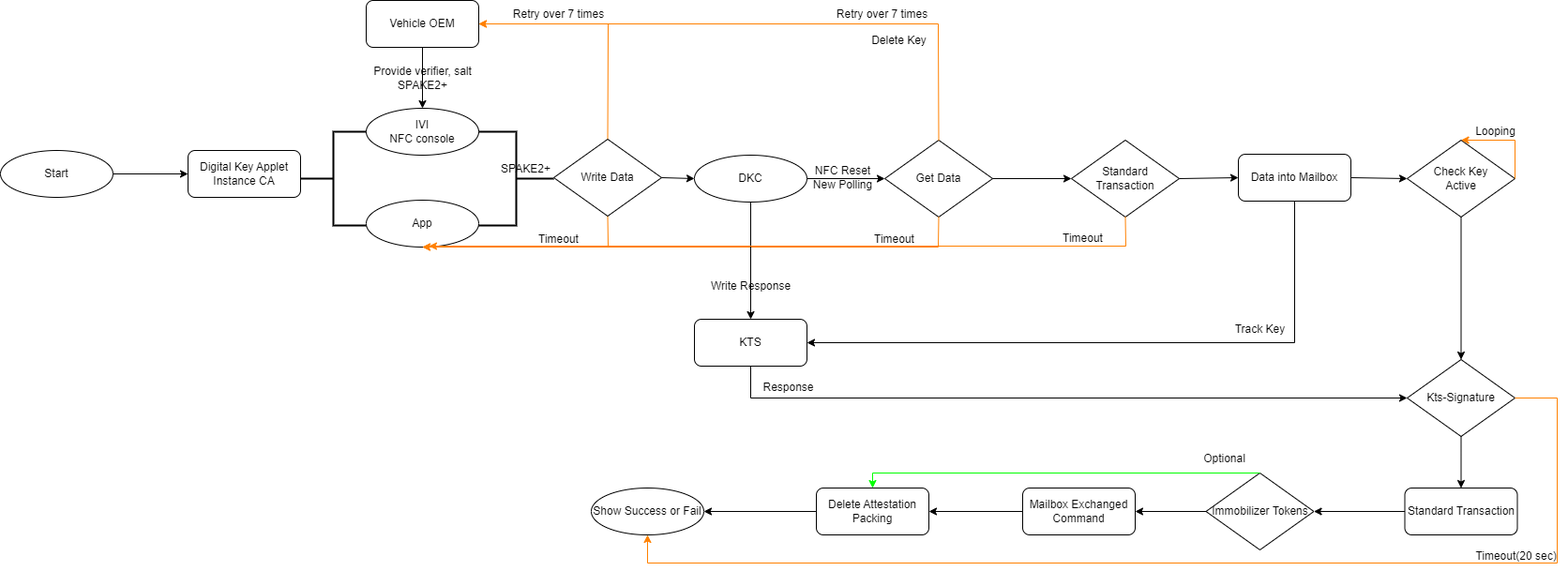
Earlier version of the draw.io export Present_OwnerParing.drawio.png (LaurenHsu31/DKC). Source tidied: cells renumbered, new cells last; positions are measured from the earlier drawing's top-left corner, leaving out a move shared by most shapes. Its diagram source:
```xml
<mxGraphModel background="#ffffff">
  <root>
    <mxCell id="0" />
    <mxCell id="1" parent="0" />
    <mxCell id="2" value="Start" style="ellipse;whiteSpace=wrap;html=1;" parent="1" vertex="1">
      <mxGeometry y="160" width="120" height="50" as="geometry" />
    </mxCell>
    <mxCell id="3" value="Digital Key Applet&lt;div&gt;Instance CA&lt;/div&gt;" style="rounded=1;whiteSpace=wrap;html=1;" parent="1" vertex="1">
      <mxGeometry x="200" y="160" width="120" height="50" as="geometry" />
    </mxCell>
    <mxCell id="4" style="endArrow=classic;html=1;rounded=0;exitX=1;exitY=0.5;exitDx=0;exitDy=0;entryX=0;entryY=0.5;entryDx=0;entryDy=0;" parent="1" edge="1" source="2" target="3">
      <mxGeometry relative="1" as="geometry" />
    </mxCell>
    <mxCell id="5" value="IVI&lt;div&gt;NFC console&lt;/div&gt;" style="ellipse;whiteSpace=wrap;html=1;" parent="1" vertex="1">
      <mxGeometry x="390" y="115" width="120" height="50" as="geometry" />
    </mxCell>
    <mxCell id="6" value="SPAKE2+" style="text;html=1;align=center;verticalAlign=middle;strokeColor=none;fillColor=none;" parent="1" vertex="1">
      <mxGeometry x="520" y="165" width="80" height="30" as="geometry" />
    </mxCell>
    <mxCell id="7" value="App" style="ellipse;whiteSpace=wrap;html=1;" parent="1" vertex="1">
      <mxGeometry x="390" y="213" width="120" height="50" as="geometry" />
    </mxCell>
    <mxCell id="8" style="strokeWidth=2;html=1;shape=mxgraph.flowchart.annotation_2;align=left;labelPosition=right;" parent="1" vertex="1">
      <mxGeometry x="320" y="140" width="70" height="100" as="geometry" />
    </mxCell>
    <mxCell id="9" style="strokeWidth=2;html=1;shape=mxgraph.flowchart.annotation_2;align=left;labelPosition=right;rotation=-180;" parent="1" vertex="1">
      <mxGeometry x="510" y="140" width="80" height="100" as="geometry" />
    </mxCell>
    <mxCell id="10" style="endArrow=classic;html=1;rounded=0;exitX=0.5;exitY=1;exitDx=0;exitDy=0;entryX=0.5;entryY=1;entryDx=0;entryDy=0;strokeColor=#FF8000;" parent="1" edge="1" source="17" target="7">
      <mxGeometry relative="1" as="geometry">
        <Array as="points">
          <mxPoint x="648" y="263" />
        </Array>
      </mxGeometry>
    </mxCell>
    <mxCell id="11" value="Timeout" style="text;html=1;align=center;verticalAlign=middle;strokeColor=none;fillColor=none;" parent="1" vertex="1">
      <mxGeometry x="560" y="240" width="70" height="30" as="geometry" />
    </mxCell>
    <mxCell id="12" value="Vehicle OEM" style="rounded=1;whiteSpace=wrap;html=1;" parent="1" vertex="1">
      <mxGeometry x="390" width="120" height="50" as="geometry" />
    </mxCell>
    <mxCell id="13" style="endArrow=classic;html=1;rounded=0;exitX=0.5;exitY=1;exitDx=0;exitDy=0;entryX=0.5;entryY=0;entryDx=0;entryDy=0;" parent="1" edge="1" source="12" target="5">
      <mxGeometry relative="1" as="geometry" />
    </mxCell>
    <mxCell id="14" value="Provide verifier, salt&lt;div&gt;SPAKE2+&lt;/div&gt;" style="text;html=1;align=center;verticalAlign=middle;strokeColor=none;fillColor=none;" parent="1" vertex="1">
      <mxGeometry x="385" y="63" width="130" height="40" as="geometry" />
    </mxCell>
    <mxCell id="15" style="endArrow=classic;html=1;rounded=0;exitX=0.5;exitY=0;exitDx=0;exitDy=0;entryX=1;entryY=0.5;entryDx=0;entryDy=0;strokeColor=#FF8000;" parent="1" edge="1" source="17" target="12">
      <mxGeometry relative="1" as="geometry">
        <Array as="points">
          <mxPoint x="648" y="25" />
        </Array>
      </mxGeometry>
    </mxCell>
    <mxCell id="16" value="Retry over 7 times" style="text;html=1;align=center;verticalAlign=middle;strokeColor=none;fillColor=none;" parent="1" vertex="1">
      <mxGeometry x="535" width="120" height="30" as="geometry" />
    </mxCell>
    <mxCell id="17" value="Write Data" style="rhombus;whiteSpace=wrap;html=1;" parent="1" vertex="1">
      <mxGeometry x="590" y="148" width="115" height="82" as="geometry" />
    </mxCell>
    <mxCell id="18" value="DKC" style="ellipse;whiteSpace=wrap;html=1;" parent="1" vertex="1">
      <mxGeometry x="740" y="165" width="120" height="50" as="geometry" />
    </mxCell>
    <mxCell id="19" style="endArrow=classic;html=1;rounded=0;exitX=1;exitY=0.5;exitDx=0;exitDy=0;entryX=0;entryY=0.5;entryDx=0;entryDy=0;" parent="1" edge="1" source="17" target="18">
      <mxGeometry relative="1" as="geometry" />
    </mxCell>
    <mxCell id="20" value="Get Data" style="rhombus;whiteSpace=wrap;html=1;" parent="1" vertex="1">
      <mxGeometry x="943" y="149" width="115" height="82" as="geometry" />
    </mxCell>
    <mxCell id="21" style="endArrow=classic;html=1;rounded=0;entryX=0;entryY=0.5;entryDx=0;entryDy=0;exitX=1;exitY=0.5;exitDx=0;exitDy=0;" parent="1" edge="1" source="18" target="20">
      <mxGeometry relative="1" as="geometry" />
    </mxCell>
    <mxCell id="22" style="endArrow=classic;html=1;rounded=0;exitX=0.5;exitY=1;exitDx=0;exitDy=0;entryX=0.5;entryY=1;entryDx=0;entryDy=0;strokeColor=#FF8000;" parent="1" edge="1" source="20" target="7">
      <mxGeometry relative="1" as="geometry">
        <Array as="points">
          <mxPoint x="1000" y="263" />
        </Array>
      </mxGeometry>
    </mxCell>
    <mxCell id="23" value="Timeout" style="text;html=1;align=center;verticalAlign=middle;strokeColor=none;fillColor=none;" parent="1" vertex="1">
      <mxGeometry x="918" y="240" width="70" height="30" as="geometry" />
    </mxCell>
    <mxCell id="24" style="endArrow=classic;html=1;rounded=0;exitX=0.5;exitY=0;exitDx=0;exitDy=0;entryX=1;entryY=0.5;entryDx=0;entryDy=0;strokeColor=#FF8000;" parent="1" edge="1" source="20" target="12">
      <mxGeometry relative="1" as="geometry">
        <Array as="points">
          <mxPoint x="1000" y="25" />
        </Array>
      </mxGeometry>
    </mxCell>
    <mxCell id="25" value="Retry over 7 times" style="text;html=1;align=center;verticalAlign=middle;strokeColor=none;fillColor=none;" parent="1" vertex="1">
      <mxGeometry x="880" width="120" height="30" as="geometry" />
    </mxCell>
    <mxCell id="26" value="Delete Key" style="text;html=1;align=center;verticalAlign=middle;strokeColor=none;fillColor=none;" parent="1" vertex="1">
      <mxGeometry x="918" y="28" width="80" height="30" as="geometry" />
    </mxCell>
    <mxCell id="27" value="KTS" style="rounded=1;whiteSpace=wrap;html=1;" parent="1" vertex="1">
      <mxGeometry x="740" y="340" width="120" height="50" as="geometry" />
    </mxCell>
    <mxCell id="28" style="endArrow=classic;html=1;rounded=0;entryX=0.5;entryY=0;entryDx=0;entryDy=0;exitX=0.5;exitY=1;exitDx=0;exitDy=0;" parent="1" edge="1" source="18" target="27">
      <mxGeometry relative="1" as="geometry" />
    </mxCell>
    <mxCell id="29" value="Write Response" style="text;html=1;align=center;verticalAlign=middle;strokeColor=none;fillColor=none;" parent="1" vertex="1">
      <mxGeometry x="745" y="290" width="110" height="30" as="geometry" />
    </mxCell>
    <mxCell id="30" value="Standard Transaction" style="rhombus;whiteSpace=wrap;html=1;" parent="1" vertex="1">
      <mxGeometry x="1142" y="149" width="115" height="82" as="geometry" />
    </mxCell>
    <mxCell id="31" style="endArrow=classic;html=1;rounded=0;entryX=0;entryY=0.5;entryDx=0;entryDy=0;exitX=1;exitY=0.5;exitDx=0;exitDy=0;" parent="1" edge="1" source="20" target="30">
      <mxGeometry relative="1" as="geometry" />
    </mxCell>
    <mxCell id="32" style="endArrow=classic;html=1;rounded=0;exitX=0.5;exitY=1;exitDx=0;exitDy=0;entryX=0.558;entryY=0.98;entryDx=0;entryDy=0;entryPerimeter=0;strokeColor=#FF8000;" parent="1" edge="1" source="30" target="7">
      <mxGeometry relative="1" as="geometry">
        <Array as="points">
          <mxPoint x="1200" y="262" />
        </Array>
      </mxGeometry>
    </mxCell>
    <mxCell id="33" value="Timeout" style="text;html=1;align=center;verticalAlign=middle;strokeColor=none;fillColor=none;" parent="1" vertex="1">
      <mxGeometry x="1119" y="239" width="70" height="30" as="geometry" />
    </mxCell>
    <mxCell id="34" value="Data into Mailbox" style="rounded=1;whiteSpace=wrap;html=1;" parent="1" vertex="1">
      <mxGeometry x="1320" y="164" width="120" height="50" as="geometry" />
    </mxCell>
    <mxCell id="35" style="endArrow=classic;html=1;rounded=0;entryX=0;entryY=0.5;entryDx=0;entryDy=0;exitX=1;exitY=0.5;exitDx=0;exitDy=0;" parent="1" edge="1" source="30" target="34">
      <mxGeometry relative="1" as="geometry" />
    </mxCell>
    <mxCell id="36" style="endArrow=classic;html=1;rounded=0;exitX=0.5;exitY=1;exitDx=0;exitDy=0;entryX=1;entryY=0.5;entryDx=0;entryDy=0;" parent="1" edge="1" source="34" target="27">
      <mxGeometry relative="1" as="geometry">
        <Array as="points">
          <mxPoint x="1380" y="365" />
        </Array>
      </mxGeometry>
    </mxCell>
    <mxCell id="37" value="Track Key" style="text;html=1;align=center;verticalAlign=middle;strokeColor=none;fillColor=none;" parent="1" vertex="1">
      <mxGeometry x="1303" y="336" width="80" height="30" as="geometry" />
    </mxCell>
    <mxCell id="38" value="NFC Reset&lt;div&gt;New Polling&lt;/div&gt;" style="text;html=1;align=center;verticalAlign=middle;strokeColor=none;fillColor=none;" parent="1" vertex="1">
      <mxGeometry x="853" y="169" width="90" height="40" as="geometry" />
    </mxCell>
    <mxCell id="39" value="Check Key&lt;div&gt;Active&lt;/div&gt;" style="rhombus;whiteSpace=wrap;html=1;" parent="1" vertex="1">
      <mxGeometry x="1500" y="149" width="115" height="82" as="geometry" />
    </mxCell>
    <mxCell id="40" style="endArrow=classic;html=1;rounded=0;entryX=0;entryY=0.5;entryDx=0;entryDy=0;exitX=1;exitY=0.5;exitDx=0;exitDy=0;" parent="1" edge="1" source="34" target="39">
      <mxGeometry relative="1" as="geometry" />
    </mxCell>
    <mxCell id="41" style="endArrow=classic;html=1;rounded=0;exitX=1;exitY=0.5;exitDx=0;exitDy=0;entryX=0.5;entryY=0;entryDx=0;entryDy=0;strokeColor=#FF8000;" parent="1" edge="1" source="39" target="39">
      <mxGeometry relative="1" as="geometry">
        <Array as="points">
          <mxPoint x="1615" y="149" />
        </Array>
      </mxGeometry>
    </mxCell>
    <mxCell id="42" value="Looping" style="text;html=1;align=center;verticalAlign=middle;strokeColor=none;fillColor=none;" parent="1" vertex="1">
      <mxGeometry x="1559" y="125" width="70" height="30" as="geometry" />
    </mxCell>
    <mxCell id="43" value="Kts-Signature" style="rhombus;whiteSpace=wrap;html=1;" parent="1" vertex="1">
      <mxGeometry x="1500" y="383" width="115" height="82" as="geometry" />
    </mxCell>
    <mxCell id="44" style="endArrow=classic;html=1;rounded=0;exitX=0.5;exitY=1;exitDx=0;exitDy=0;entryX=0.5;entryY=0;entryDx=0;entryDy=0;" parent="1" edge="1" source="39" target="43">
      <mxGeometry relative="1" as="geometry" />
    </mxCell>
    <mxCell id="45" style="endArrow=classic;html=1;rounded=0;exitX=0.5;exitY=1;exitDx=0;exitDy=0;entryX=0;entryY=0.5;entryDx=0;entryDy=0;" parent="1" edge="1" source="27" target="43">
      <mxGeometry relative="1" as="geometry">
        <Array as="points">
          <mxPoint x="800" y="424" />
        </Array>
      </mxGeometry>
    </mxCell>
    <mxCell id="46" value="Response" style="text;html=1;align=center;verticalAlign=middle;strokeColor=none;fillColor=none;" parent="1" vertex="1">
      <mxGeometry x="800" y="398" width="80" height="30" as="geometry" />
    </mxCell>
    <mxCell id="47" value="Standard Transaction" style="rounded=1;whiteSpace=wrap;html=1;" parent="1" vertex="1">
      <mxGeometry x="1497.5" y="520" width="120" height="50" as="geometry" />
    </mxCell>
    <mxCell id="48" style="endArrow=classic;html=1;rounded=0;exitX=0.5;exitY=1;exitDx=0;exitDy=0;entryX=0.5;entryY=0;entryDx=0;entryDy=0;" parent="1" edge="1" source="43" target="47">
      <mxGeometry relative="1" as="geometry" />
    </mxCell>
    <mxCell id="49" value="Immobilizer Tokens" style="rhombus;whiteSpace=wrap;html=1;" parent="1" vertex="1">
      <mxGeometry x="1285.5" y="504" width="115" height="82" as="geometry" />
    </mxCell>
    <mxCell id="50" value="Mailbox&amp;nbsp;&lt;span style=&quot;background-color: transparent; color: light-dark(rgb(0, 0, 0), rgb(255, 255, 255));&quot;&gt;Exchanged Command&lt;/span&gt;" style="rounded=1;whiteSpace=wrap;html=1;" parent="1" vertex="1">
      <mxGeometry x="1090" y="520" width="120" height="50" as="geometry" />
    </mxCell>
    <mxCell id="51" style="endArrow=classic;html=1;rounded=0;exitX=0;exitY=0.5;exitDx=0;exitDy=0;entryX=1;entryY=0.5;entryDx=0;entryDy=0;" parent="1" edge="1" source="47" target="49">
      <mxGeometry relative="1" as="geometry" />
    </mxCell>
    <mxCell id="52" style="endArrow=classic;html=1;rounded=0;exitX=0;exitY=0.5;exitDx=0;exitDy=0;entryX=1;entryY=0.5;entryDx=0;entryDy=0;" parent="1" edge="1" source="49" target="50">
      <mxGeometry relative="1" as="geometry" />
    </mxCell>
    <mxCell id="53" value="Delete Attestation Packing" style="rounded=1;whiteSpace=wrap;html=1;" parent="1" vertex="1">
      <mxGeometry x="870" y="520" width="120" height="50" as="geometry" />
    </mxCell>
    <mxCell id="54" style="endArrow=classic;html=1;rounded=0;exitX=0;exitY=0.5;exitDx=0;exitDy=0;entryX=1;entryY=0.5;entryDx=0;entryDy=0;" parent="1" edge="1" source="50" target="53">
      <mxGeometry relative="1" as="geometry" />
    </mxCell>
    <mxCell id="55" style="endArrow=classic;html=1;rounded=0;exitX=0.5;exitY=0;exitDx=0;exitDy=0;entryX=0.5;entryY=0;entryDx=0;entryDy=0;strokeColor=#00FF00;" parent="1" edge="1" source="49" target="53">
      <mxGeometry relative="1" as="geometry">
        <Array as="points">
          <mxPoint x="930" y="504" />
        </Array>
      </mxGeometry>
    </mxCell>
    <mxCell id="56" value="Show Success or Fail" style="ellipse;whiteSpace=wrap;html=1;" parent="1" vertex="1">
      <mxGeometry x="630" y="520" width="120" height="50" as="geometry" />
    </mxCell>
    <mxCell id="57" style="endArrow=classic;html=1;rounded=0;exitX=0;exitY=0.5;exitDx=0;exitDy=0;entryX=1;entryY=0.5;entryDx=0;entryDy=0;" parent="1" edge="1" source="53" target="56">
      <mxGeometry relative="1" as="geometry" />
    </mxCell>
    <mxCell id="58" style="endArrow=classic;html=1;rounded=0;exitX=1;exitY=0.5;exitDx=0;exitDy=0;entryX=0.5;entryY=1;entryDx=0;entryDy=0;strokeColor=#FF8000;" parent="1" edge="1" source="43" target="56">
      <mxGeometry relative="1" as="geometry">
        <Array as="points">
          <mxPoint x="1660" y="424" />
          <mxPoint x="1660" y="600" />
          <mxPoint x="690" y="600" />
        </Array>
      </mxGeometry>
    </mxCell>
    <mxCell id="59" value="Timeout(20 sec)" style="text;html=1;align=center;verticalAlign=middle;strokeColor=none;fillColor=none;" parent="1" vertex="1">
      <mxGeometry x="1561" y="578" width="110" height="30" as="geometry" />
    </mxCell>
    <mxCell id="60" value="Optional" style="text;html=1;align=center;verticalAlign=middle;strokeColor=none;fillColor=none;" parent="1" vertex="1">
      <mxGeometry x="1270" y="474" width="70" height="30" as="geometry" />
    </mxCell>
  </root>
</mxGraphModel>
```
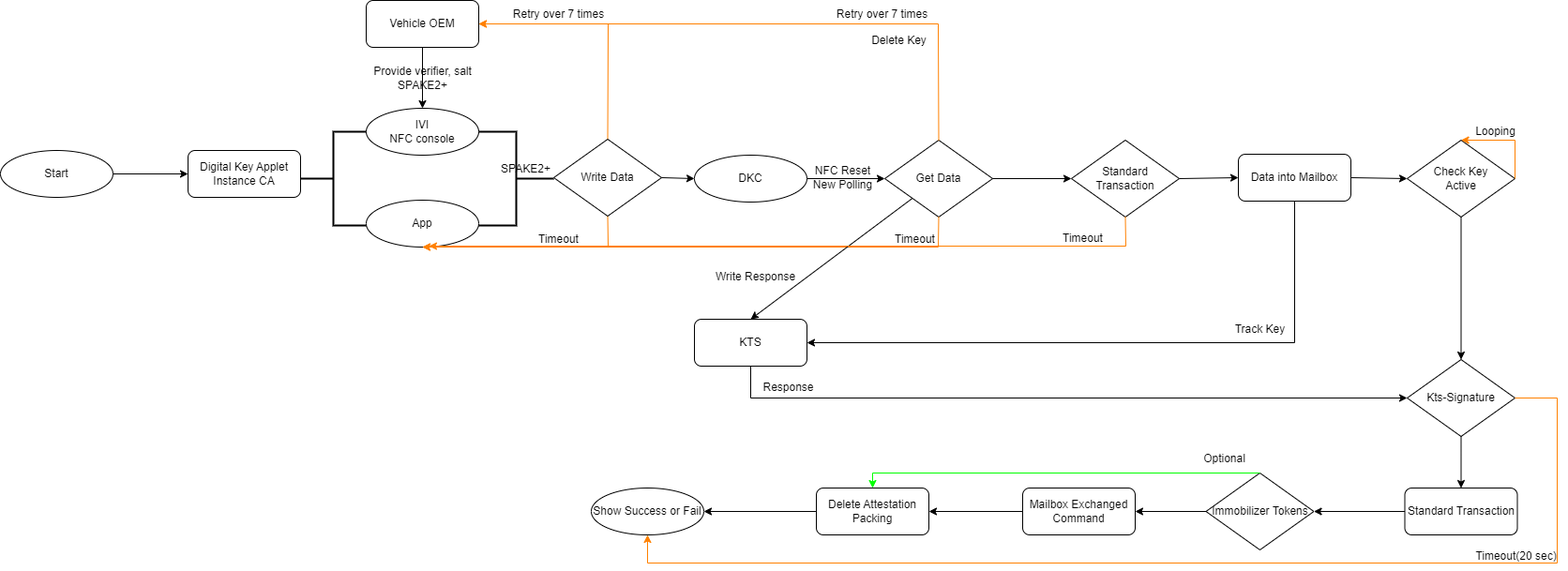
The same file after the commit.

Diff of the diagram source:
```diff
@@ -78,7 +78,7 @@
       </mxGeometry>
     </mxCell>
     <mxCell id="23" value="Timeout" style="text;html=1;align=center;verticalAlign=middle;strokeColor=none;fillColor=none;" parent="1" vertex="1">
-      <mxGeometry x="918" y="240" width="70" height="30" as="geometry" />
+      <mxGeometry x="940" y="240" width="70" height="30" as="geometry" />
     </mxCell>
     <mxCell id="24" style="endArrow=classic;html=1;rounded=0;exitX=0.5;exitY=0;exitDx=0;exitDy=0;entryX=1;entryY=0.5;entryDx=0;entryDy=0;strokeColor=#FF8000;" parent="1" edge="1" source="20" target="12">
       <mxGeometry relative="1" as="geometry">
@@ -96,11 +96,11 @@
     <mxCell id="27" value="KTS" style="rounded=1;whiteSpace=wrap;html=1;" parent="1" vertex="1">
       <mxGeometry x="740" y="340" width="120" height="50" as="geometry" />
     </mxCell>
-    <mxCell id="28" style="endArrow=classic;html=1;rounded=0;entryX=0.5;entryY=0;entryDx=0;entryDy=0;exitX=0.5;exitY=1;exitDx=0;exitDy=0;" parent="1" edge="1" source="18" target="27">
+    <mxCell id="28" style="endArrow=classic;html=1;rounded=0;entryX=0.5;entryY=0;entryDx=0;entryDy=0;" parent="1" edge="1" source="20" target="27">
       <mxGeometry relative="1" as="geometry" />
     </mxCell>
     <mxCell id="29" value="Write Response" style="text;html=1;align=center;verticalAlign=middle;strokeColor=none;fillColor=none;" parent="1" vertex="1">
-      <mxGeometry x="745" y="290" width="110" height="30" as="geometry" />
+      <mxGeometry x="750" y="280" width="110" height="30" as="geometry" />
     </mxCell>
     <mxCell id="30" value="Standard Transaction" style="rhombus;whiteSpace=wrap;html=1;" parent="1" vertex="1">
       <mxGeometry x="1142" y="149" width="115" height="82" as="geometry" />
```
